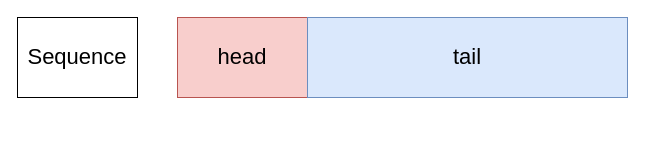
The draw.io diagram page "Sequence" (4 of 8) of figures/Looplets.drawio in willow-ahrens/FinchSystemPaper, before the edit. Source tidied: cells renumbered, new cells numbered last; positions are measured from the earlier drawing's top-left corner, leaving out a move shared by most shapes. Both pictures are drawn from the tidied source at 100%, with x=0, y=0 at pixel (17, 17).
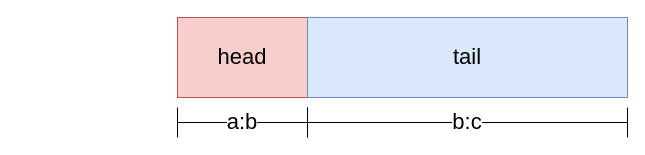
The same page after the edit.

Diff of the diagram source:
```diff
@@
 <mxGraphModel>
   <root>
     <mxCell id="0" />
     <mxCell id="1" parent="0" />
-    <mxCell id="2" value="Sequence" style="whiteSpace=wrap;html=1;fontSize=22;" parent="1" vertex="1">
-      <mxGeometry width="120" height="80" as="geometry" />
-    </mxCell>
     <mxCell id="3" value="&lt;div style=&quot;font-size: 22px;&quot;&gt;head&lt;/div&gt;" style="whiteSpace=wrap;html=1;fontSize=22;labelBackgroundColor=none;fillColor=#f8cecc;strokeColor=#b85450;" parent="1" vertex="1">
       <mxGeometry x="160" width="130" height="80" as="geometry" />
     </mxCell>
     <mxCell id="4" value="&lt;div style=&quot;font-size: 22px;&quot;&gt;tail&lt;/div&gt;" style="whiteSpace=wrap;html=1;fontSize=22;fillColor=#dae8fc;strokeColor=#6c8ebf;" parent="1" vertex="1">
       <mxGeometry x="290" width="320" height="80" as="geometry" />
     </mxCell>
+    <mxCell id="5" value="a:b" style="shape=crossbar;whiteSpace=wrap;html=1;rounded=1;fontSize=22;labelBackgroundColor=default;" parent="1" vertex="1">
+      <mxGeometry x="160" y="90" width="130" height="30" as="geometry" />
+    </mxCell>
+    <mxCell id="6" value="b:c" style="shape=crossbar;whiteSpace=wrap;html=1;rounded=1;fontSize=22;labelBackgroundColor=default;" parent="1" vertex="1">
+      <mxGeometry x="290" y="90" width="320" height="30" as="geometry" />
+    </mxCell>
   </root>
 </mxGraphModel>
```
